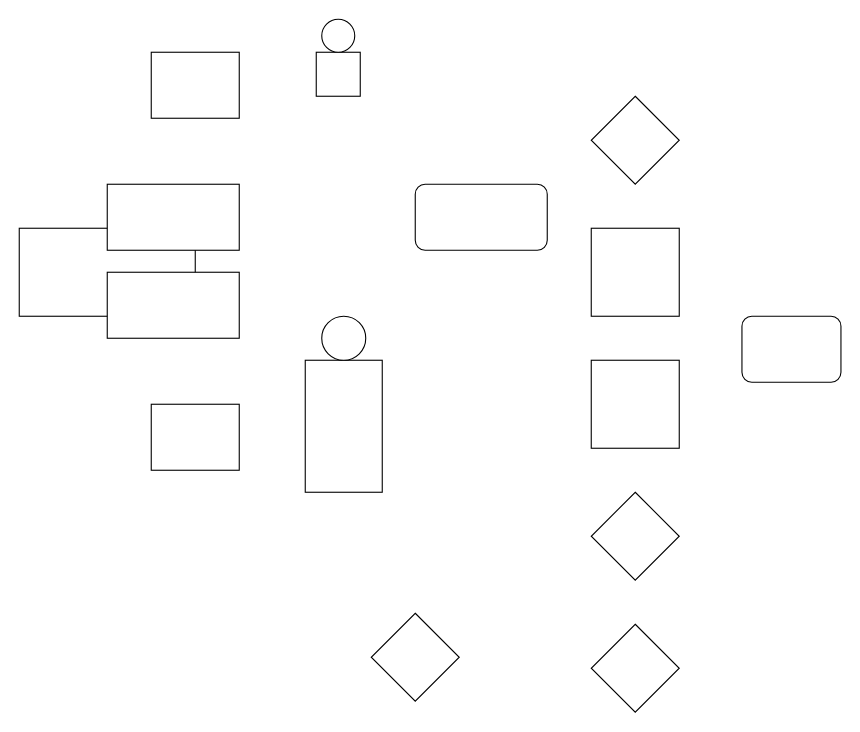
This is ss.drawio from Anuradha-Naidu/demo, a draw.io file, before an edit. Source tidied: cells renumbered, new cells numbered last; positions are measured from the earlier drawing's top-left corner, leaving out a move shared by most shapes. Both pictures are drawn from the tidied source at 110%, with x=0, y=0 at pixel (19, 19).
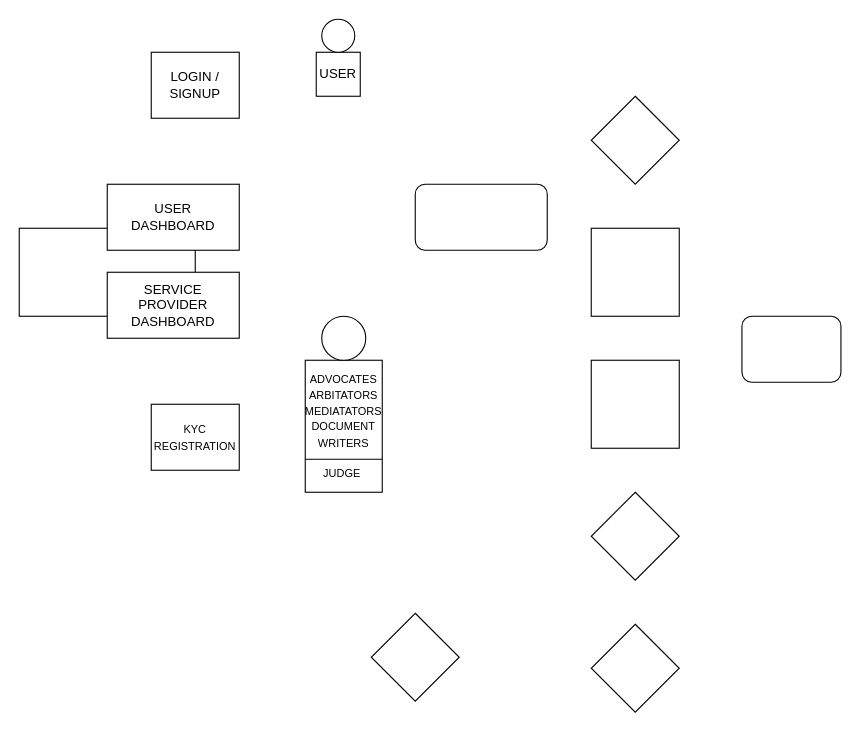
Above is the later version.

What changed in the source:
```diff
@@
 <mxGraphModel>
   <root>
     <mxCell id="0" />
     <mxCell id="1" parent="0" />
     <mxCell id="2" style="rounded=0;whiteSpace=wrap;html=1;" parent="1" vertex="1">
       <mxGeometry y="190" width="160" height="80" as="geometry" />
     </mxCell>
-    <mxCell id="3" style="rounded=0;whiteSpace=wrap;html=1;" parent="1" vertex="1">
+    <mxCell id="3" value="SERVICE PROVIDER DASHBOARD" style="rounded=0;whiteSpace=wrap;html=1;" parent="1" vertex="1">
       <mxGeometry x="80" y="230" width="120" height="60" as="geometry" />
     </mxCell>
-    <mxCell id="4" style="rounded=0;whiteSpace=wrap;html=1;" parent="1" vertex="1">
+    <mxCell id="4" value="USER &lt;br&gt;DASHBOARD" style="rounded=0;whiteSpace=wrap;html=1;" parent="1" vertex="1">
       <mxGeometry x="80" y="150" width="120" height="60" as="geometry" />
     </mxCell>
-    <mxCell id="5" style="rounded=0;whiteSpace=wrap;html=1;" parent="1" vertex="1">
+    <mxCell id="5" value="LOGIN / SIGNUP" style="rounded=0;whiteSpace=wrap;html=1;" parent="1" vertex="1">
       <mxGeometry x="120" y="30" width="80" height="60" as="geometry" />
     </mxCell>
-    <mxCell id="6" style="rounded=0;whiteSpace=wrap;html=1;" parent="1" vertex="1">
+    <mxCell id="6" value="&lt;font style=&quot;font-size: 10px;&quot;&gt;KYC REGISTRATION&lt;/font&gt;" style="rounded=0;whiteSpace=wrap;html=1;" parent="1" vertex="1">
       <mxGeometry x="120" y="350" width="80" height="60" as="geometry" />
     </mxCell>
-    <mxCell id="7" style="rounded=0;whiteSpace=wrap;html=1;" parent="1" vertex="1">
+    <mxCell id="7" value="&lt;font style=&quot;font-size: 10px;&quot;&gt;ADVOCATES&lt;br&gt;ARBITATORS&lt;br&gt;MEDIATATORS&lt;br&gt;DOCUMENT WRITERS&lt;br&gt;&lt;br&gt;JUDGE&amp;nbsp;&lt;/font&gt;" style="rounded=0;whiteSpace=wrap;html=1;" parent="1" vertex="1">
       <mxGeometry x="260" y="310" width="70" height="120" as="geometry" />
     </mxCell>
-    <mxCell id="8" style="rounded=0;whiteSpace=wrap;html=1;" parent="1" vertex="1">
+    <mxCell id="8" value="USER" style="rounded=0;whiteSpace=wrap;html=1;" parent="1" vertex="1">
       <mxGeometry x="270" y="30" width="40" height="40" as="geometry" />
     </mxCell>
     <mxCell id="9" style="ellipse;whiteSpace=wrap;html=1;" parent="1" vertex="1">
       <mxGeometry x="275" y="270" width="40" height="40" as="geometry" />
     </mxCell>
     <mxCell id="10" style="ellipse;whiteSpace=wrap;html=1;" parent="1" vertex="1">
       <mxGeometry x="275" width="30" height="30" as="geometry" />
     </mxCell>
     <mxCell id="11" style="rounded=1;whiteSpace=wrap;html=1;" parent="1" vertex="1">
       <mxGeometry x="360" y="150" width="120" height="60" as="geometry" />
     </mxCell>
     <mxCell id="12" style="rhombus;whiteSpace=wrap;html=1;" parent="1" vertex="1">
       <mxGeometry x="520" y="70" width="80" height="80" as="geometry" />
     </mxCell>
     <mxCell id="13" style="rounded=0;whiteSpace=wrap;html=1;" parent="1" vertex="1">
       <mxGeometry x="520" y="190" width="80" height="80" as="geometry" />
     </mxCell>
     <mxCell id="14" style="rounded=0;whiteSpace=wrap;html=1;" parent="1" vertex="1">
       <mxGeometry x="520" y="310" width="80" height="80" as="geometry" />
     </mxCell>
     <mxCell id="15" style="rhombus;whiteSpace=wrap;html=1;" parent="1" vertex="1">
       <mxGeometry x="520" y="430" width="80" height="80" as="geometry" />
     </mxCell>
     <mxCell id="16" style="rhombus;whiteSpace=wrap;html=1;" parent="1" vertex="1">
       <mxGeometry x="520" y="550" width="80" height="80" as="geometry" />
     </mxCell>
     <mxCell id="17" style="rhombus;whiteSpace=wrap;html=1;" parent="1" vertex="1">
       <mxGeometry x="320" y="540" width="80" height="80" as="geometry" />
     </mxCell>
     <mxCell id="18" style="rounded=1;whiteSpace=wrap;html=1;" parent="1" vertex="1">
       <mxGeometry x="657" y="270" width="90" height="60" as="geometry" />
     </mxCell>
+    <mxCell id="19" style="endArrow=none;html=1;rounded=0;entryX=1;entryY=0.75;entryDx=0;entryDy=0;exitX=0;exitY=0.75;exitDx=0;exitDy=0;" parent="1" edge="1" source="7" target="7">
+      <mxGeometry relative="1" as="geometry" />
+    </mxCell>
   </root>
 </mxGraphModel>
```
